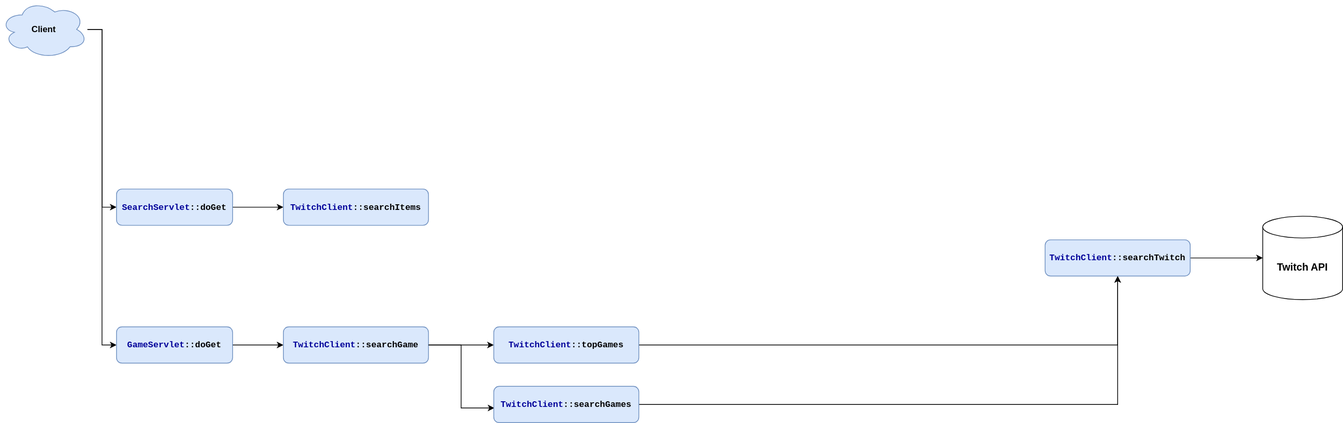
oscargong/jupiter keeps this draw.io diagram as resources/TwichAPI.svg. Above is the earlier version. Source tidied: cells renumbered, new cells last; positions are measured from the earlier drawing's top-left corner, leaving out a move shared by most shapes.
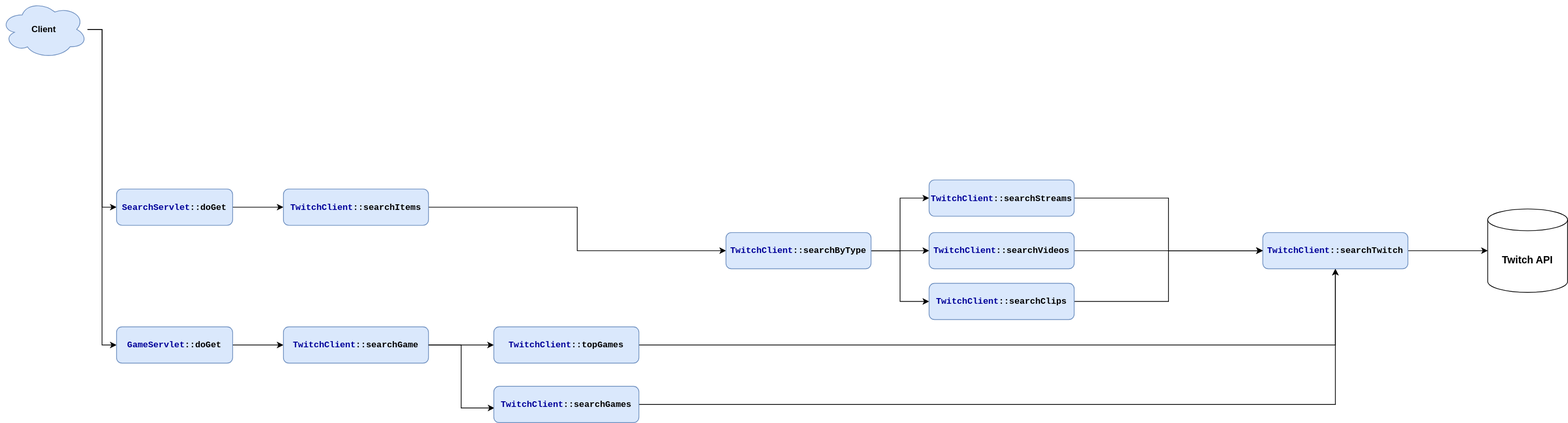
The same file after the commit.

What changed in the source:
```diff
@@ -42,10 +42,10 @@
       <mxGeometry relative="1" as="geometry" />
     </mxCell>
     <mxCell id="15" value="&lt;font color=&quot;#000099&quot; style=&quot;font-family: &amp;#34;courier new&amp;#34;&quot;&gt;TwitchClient&lt;/font&gt;&lt;span style=&quot;font-family: &amp;#34;courier new&amp;#34;&quot;&gt;::searchTwitch&lt;/span&gt;" style="rounded=1;whiteSpace=wrap;html=1;fillColor=#dae8fc;strokeColor=#6c8ebf;fontStyle=1;" parent="1" vertex="1">
-      <mxGeometry x="1440" y="330" width="200" height="50" as="geometry" />
+      <mxGeometry x="1740" y="320" width="200" height="50" as="geometry" />
     </mxCell>
     <mxCell id="16" value="Twitch API&lt;br style=&quot;font-size: 14px;&quot;&gt;" style="shape=cylinder3;whiteSpace=wrap;html=1;boundedLbl=1;backgroundOutline=1;size=15;fontStyle=1;fontSize=14;" parent="1" vertex="1">
-      <mxGeometry x="1740" y="297.5" width="110" height="115" as="geometry" />
+      <mxGeometry x="2050" y="287.5" width="110" height="115" as="geometry" />
     </mxCell>
     <mxCell id="17" style="edgeStyle=orthogonalEdgeStyle;rounded=0;jettySize=auto;html=1;entryX=0;entryY=0.5;entryDx=0;entryDy=0;fontSize=14;" parent="1" edge="1" source="18" target="19">
       <mxGeometry relative="1" as="geometry" />
@@ -53,8 +53,46 @@
     <mxCell id="18" value="&lt;font face=&quot;Courier New&quot;&gt;&lt;font color=&quot;#000099&quot;&gt;SearchServlet&lt;/font&gt;::doGet&lt;/font&gt;" style="rounded=1;whiteSpace=wrap;html=1;fillColor=#dae8fc;strokeColor=#6c8ebf;fontStyle=1;" parent="1" vertex="1">
       <mxGeometry x="160" y="260" width="160" height="50" as="geometry" />
     </mxCell>
+    <mxCell id="20" style="edgeStyle=orthogonalEdgeStyle;rounded=0;jettySize=auto;html=1;entryX=0;entryY=0.5;entryDx=0;entryDy=0;fontSize=14;" parent="1" edge="1" source="19" target="24">
+      <mxGeometry relative="1" as="geometry" />
+    </mxCell>
     <mxCell id="19" value="&lt;font face=&quot;Courier New&quot;&gt;&lt;font color=&quot;#000099&quot;&gt;TwitchClient&lt;/font&gt;::searchItems&lt;/font&gt;" style="rounded=1;whiteSpace=wrap;html=1;fillColor=#dae8fc;strokeColor=#6c8ebf;fontStyle=1;" parent="1" vertex="1">
       <mxGeometry x="390" y="260" width="200" height="50" as="geometry" />
     </mxCell>
+    <mxCell id="21" style="edgeStyle=orthogonalEdgeStyle;rounded=0;jettySize=auto;html=1;entryX=0;entryY=0.5;entryDx=0;entryDy=0;fontSize=14;" parent="1" edge="1" source="24" target="28">
+      <mxGeometry relative="1" as="geometry">
+        <Array as="points">
+          <mxPoint x="1240" y="345" />
+          <mxPoint x="1240" y="273" />
+        </Array>
+      </mxGeometry>
+    </mxCell>
+    <mxCell id="22" style="edgeStyle=orthogonalEdgeStyle;rounded=0;jettySize=auto;html=1;fontSize=14;" parent="1" edge="1" source="24" target="30">
+      <mxGeometry relative="1" as="geometry" />
+    </mxCell>
+    <mxCell id="23" style="edgeStyle=orthogonalEdgeStyle;rounded=0;jettySize=auto;html=1;entryX=0;entryY=0.5;entryDx=0;entryDy=0;fontSize=14;" parent="1" edge="1" source="24" target="26">
+      <mxGeometry relative="1" as="geometry" />
+    </mxCell>
+    <mxCell id="24" value="&lt;font face=&quot;Courier New&quot;&gt;&lt;font color=&quot;#000099&quot;&gt;TwitchClient&lt;/font&gt;::searchByType&lt;/font&gt;" style="rounded=1;whiteSpace=wrap;html=1;fillColor=#dae8fc;strokeColor=#6c8ebf;fontStyle=1;" parent="1" vertex="1">
+      <mxGeometry x="1000" y="320" width="200" height="50" as="geometry" />
+    </mxCell>
+    <mxCell id="25" style="edgeStyle=orthogonalEdgeStyle;rounded=0;jettySize=auto;html=1;entryX=0;entryY=0.5;entryDx=0;entryDy=0;fontSize=14;" parent="1" edge="1" source="26" target="15">
+      <mxGeometry relative="1" as="geometry" />
+    </mxCell>
+    <mxCell id="26" value="&lt;font face=&quot;Courier New&quot;&gt;&lt;font color=&quot;#000099&quot;&gt;TwitchClient&lt;/font&gt;::searchClips&lt;/font&gt;" style="rounded=1;whiteSpace=wrap;html=1;fillColor=#dae8fc;strokeColor=#6c8ebf;fontStyle=1;" parent="1" vertex="1">
+      <mxGeometry x="1280" y="390" width="200" height="50" as="geometry" />
+    </mxCell>
+    <mxCell id="27" style="edgeStyle=orthogonalEdgeStyle;rounded=0;jettySize=auto;html=1;entryX=0;entryY=0.5;entryDx=0;entryDy=0;fontSize=14;" parent="1" edge="1" source="28" target="15">
+      <mxGeometry relative="1" as="geometry" />
+    </mxCell>
+    <mxCell id="28" value="&lt;font face=&quot;Courier New&quot;&gt;&lt;font color=&quot;#000099&quot;&gt;TwitchClient&lt;/font&gt;::searchStreams&lt;/font&gt;" style="rounded=1;whiteSpace=wrap;html=1;fillColor=#dae8fc;strokeColor=#6c8ebf;fontStyle=1;" parent="1" vertex="1">
+      <mxGeometry x="1280" y="247.5" width="200" height="50" as="geometry" />
+    </mxCell>
+    <mxCell id="29" style="edgeStyle=orthogonalEdgeStyle;rounded=0;jettySize=auto;html=1;entryX=0;entryY=0.5;entryDx=0;entryDy=0;fontSize=14;" parent="1" edge="1" source="30" target="15">
+      <mxGeometry relative="1" as="geometry" />
+    </mxCell>
+    <mxCell id="30" value="&lt;font face=&quot;Courier New&quot;&gt;&lt;font color=&quot;#000099&quot;&gt;TwitchClient&lt;/font&gt;::searchVideos&lt;/font&gt;" style="rounded=1;whiteSpace=wrap;html=1;fillColor=#dae8fc;strokeColor=#6c8ebf;fontStyle=1;" parent="1" vertex="1">
+      <mxGeometry x="1280" y="320" width="200" height="50" as="geometry" />
+    </mxCell>
   </root>
 </mxGraphModel>
```
